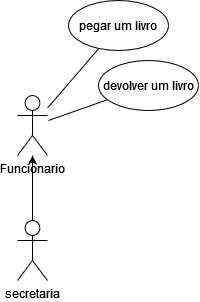
The draw.io diagram Diagrama sem nome.drawio.png in Andra-sun/modelagem, before a commit. Source tidied: cells renumbered, new cells last; positions are measured from the earlier drawing's top-left corner, leaving out a move shared by most shapes.
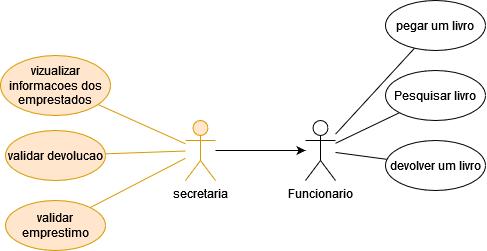
Later version of the same file.

Change to the diagram source:
```diff
@@ -3,27 +3,49 @@
     <mxCell id="0" />
     <mxCell id="1" parent="0" />
     <mxCell id="2" value="Funcionario" style="shape=umlActor;verticalLabelPosition=bottom;verticalAlign=top;html=1;" parent="1" vertex="1">
-      <mxGeometry y="95" width="30" height="60" as="geometry" />
+      <mxGeometry x="21" y="220" width="30" height="60" as="geometry" />
     </mxCell>
     <mxCell id="3" style="edgeStyle=none;rounded=0;jettySize=auto;html=1;" parent="1" edge="1" source="4" target="2">
       <mxGeometry relative="1" as="geometry" />
     </mxCell>
-    <mxCell id="4" value="secretaria" style="shape=umlActor;verticalLabelPosition=bottom;verticalAlign=top;html=1;" parent="1" vertex="1">
-      <mxGeometry y="220" width="30" height="60" as="geometry" />
+    <mxCell id="4" value="secretaria" style="shape=umlActor;verticalLabelPosition=bottom;verticalAlign=top;html=1;fillColor=#ffe6cc;strokeColor=#d79b00;" parent="1" vertex="1">
+      <mxGeometry x="-99" y="220" width="30" height="60" as="geometry" />
     </mxCell>
     <mxCell id="5" style="edgeStyle=none;rounded=0;jettySize=auto;html=1;endArrow=none;endFill=0;" parent="1" edge="1" source="6" target="2">
       <mxGeometry relative="1" as="geometry" />
     </mxCell>
     <mxCell id="6" value="pegar um livro" style="ellipse;whiteSpace=wrap;html=1;" parent="1" vertex="1">
-      <mxGeometry x="51" width="100" height="50" as="geometry" />
+      <mxGeometry x="101" y="100" width="100" height="50" as="geometry" />
     </mxCell>
-    <mxCell id="7" style="edgeStyle=none;rounded=0;jettySize=auto;html=1;endArrow=none;endFill=0;" parent="1" edge="1" source="8">
-      <mxGeometry relative="1" as="geometry">
-        <mxPoint x="31" y="120" as="targetPoint" />
-      </mxGeometry>
+    <mxCell id="7" style="edgeStyle=none;rounded=0;jettySize=auto;html=1;endArrow=none;endFill=0;" parent="1" edge="1" source="8" target="2">
+      <mxGeometry relative="1" as="geometry" />
     </mxCell>
     <mxCell id="8" value="devolver um livro" style="ellipse;whiteSpace=wrap;html=1;" parent="1" vertex="1">
-      <mxGeometry x="81" y="60" width="100" height="50" as="geometry" />
+      <mxGeometry x="101" y="240" width="100" height="50" as="geometry" />
     </mxCell>
+    <mxCell id="9" style="edgeStyle=none;rounded=0;jettySize=auto;html=1;endArrow=none;endFill=0;fillColor=#ffe6cc;strokeColor=#d79b00;" parent="1" edge="1" source="10" target="4">
+      <mxGeometry relative="1" as="geometry" />
+    </mxCell>
+    <mxCell id="10" value="validar devolucao" style="ellipse;whiteSpace=wrap;html=1;fillColor=#ffe6cc;strokeColor=#d79b00;" parent="1" vertex="1">
+      <mxGeometry x="-279" y="230" width="100" height="50" as="geometry" />
+    </mxCell>
+    <mxCell id="11" style="edgeStyle=none;rounded=0;jettySize=auto;html=1;endArrow=none;endFill=0;fillColor=#ffe6cc;strokeColor=#d79b00;" parent="1" edge="1" source="12" target="4">
+      <mxGeometry relative="1" as="geometry" />
+    </mxCell>
+    <mxCell id="12" value="validar emprestimo" style="ellipse;whiteSpace=wrap;html=1;fillColor=#ffe6cc;strokeColor=#d79b00;" parent="1" vertex="1">
+      <mxGeometry x="-279" y="300" width="100" height="50" as="geometry" />
+    </mxCell>
+    <mxCell id="13" style="edgeStyle=none;rounded=0;jettySize=auto;html=1;endArrow=none;endFill=0;fillColor=#ffe6cc;strokeColor=#d79b00;" parent="1" edge="1" source="14" target="4">
+      <mxGeometry relative="1" as="geometry" />
+    </mxCell>
+    <mxCell id="14" value="vizualizar informacoes dos emprestados" style="ellipse;whiteSpace=wrap;html=1;fillColor=#ffe6cc;strokeColor=#d79b00;" parent="1" vertex="1">
+      <mxGeometry x="-284" y="155" width="110" height="60" as="geometry" />
+    </mxCell>
+    <mxCell id="15" style="edgeStyle=none;rounded=0;jettySize=auto;html=1;endArrow=none;endFill=0;" parent="1" edge="1" source="16" target="2">
+      <mxGeometry relative="1" as="geometry" />
+    </mxCell>
+    <mxCell id="16" value="Pesquisar livro" style="ellipse;whiteSpace=wrap;html=1;" parent="1" vertex="1">
+      <mxGeometry x="101" y="170" width="100" height="50" as="geometry" />
+    </mxCell>
   </root>
 </mxGraphModel>
```
